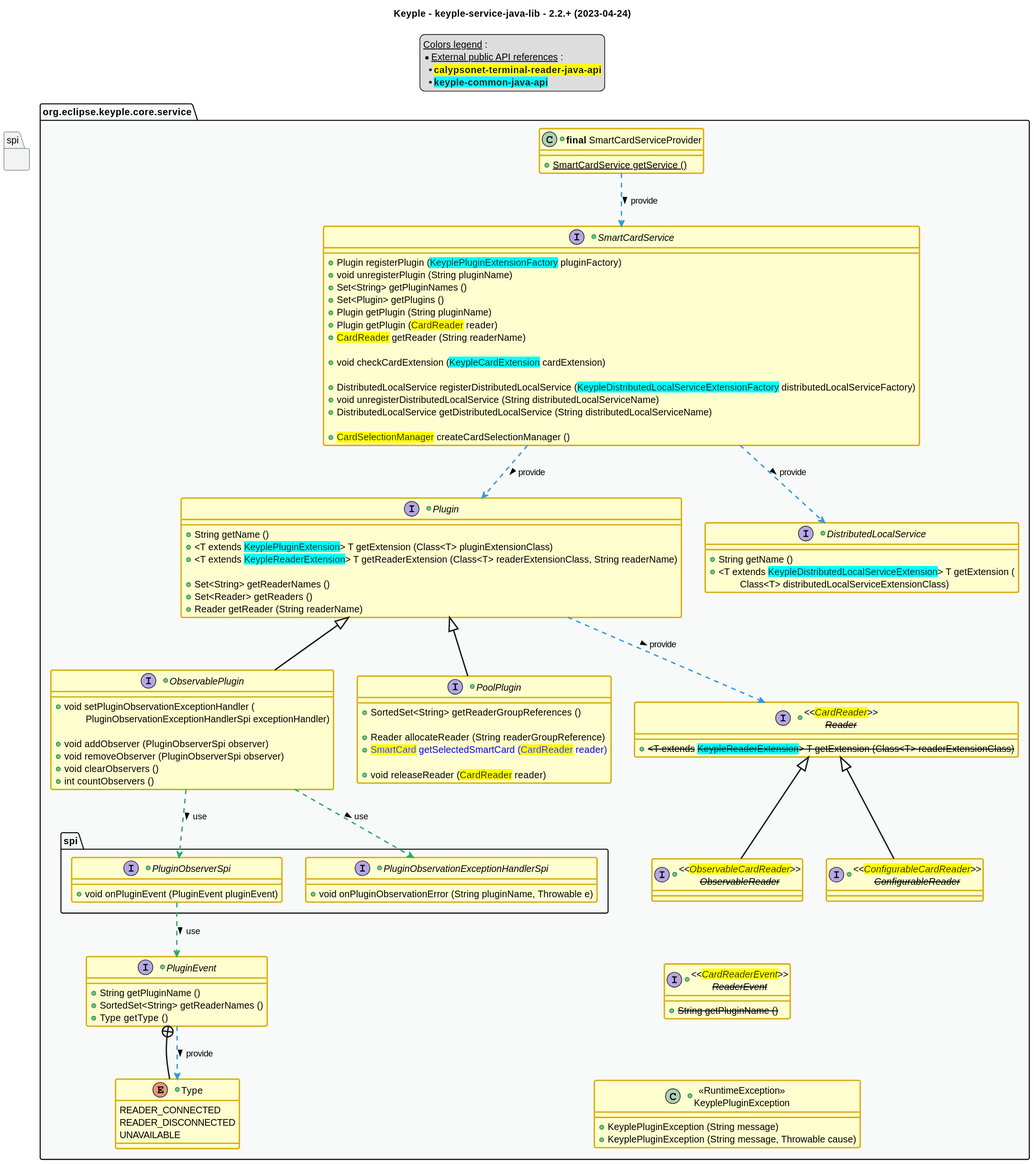
eclipse-keyple/keyple-service-java-lib keeps this PlantUML diagram as src/main/uml/api_class_diagram.svg. Above is the earlier version.
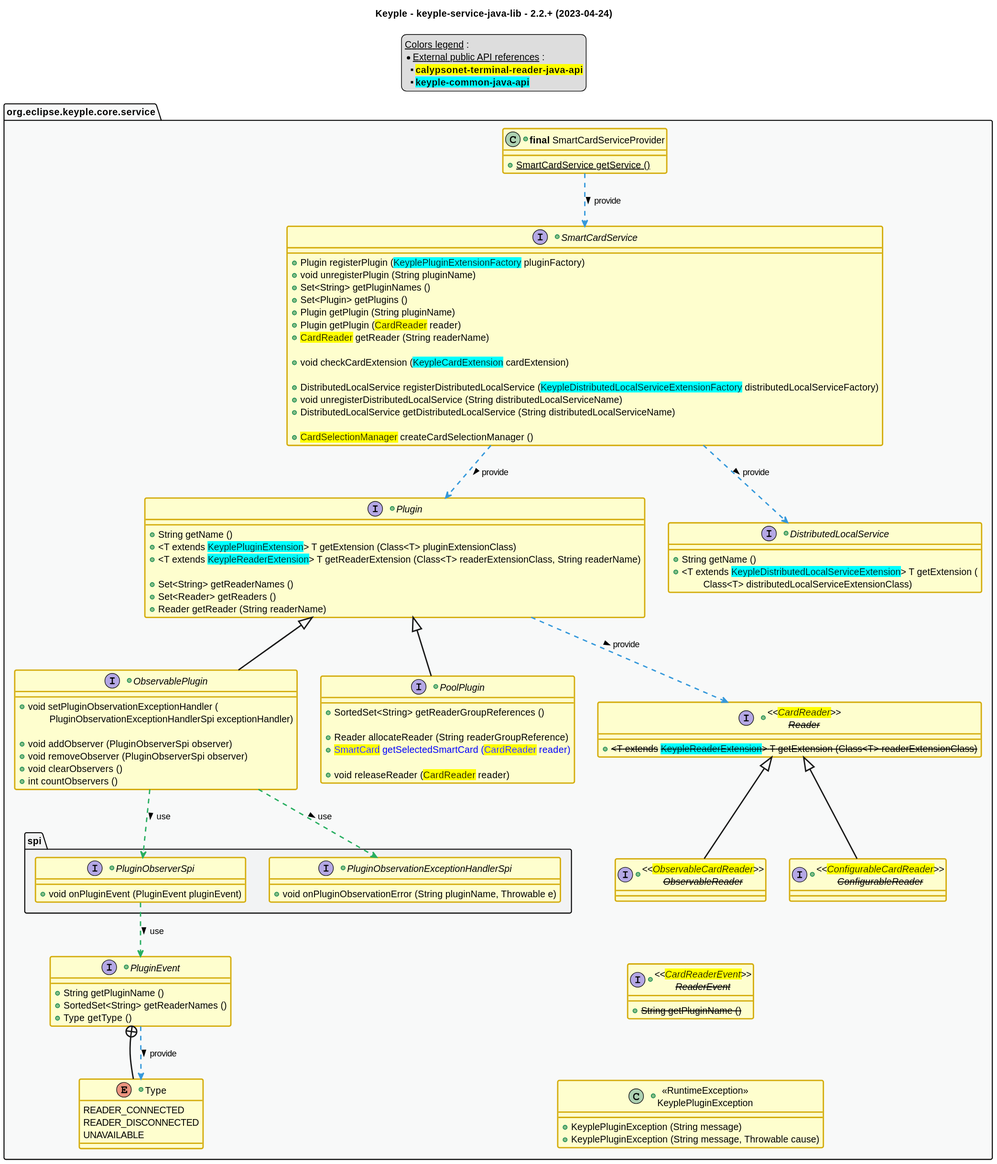
Above is the later version.

Diff of the diagram source:
```diff
@@ -156,5 +156,5 @@
 
 
 package service #C_GREY1 {}
-package spi #C_GREY2 {}
+package service.spi #C_GREY2 {}
 @enduml
```
